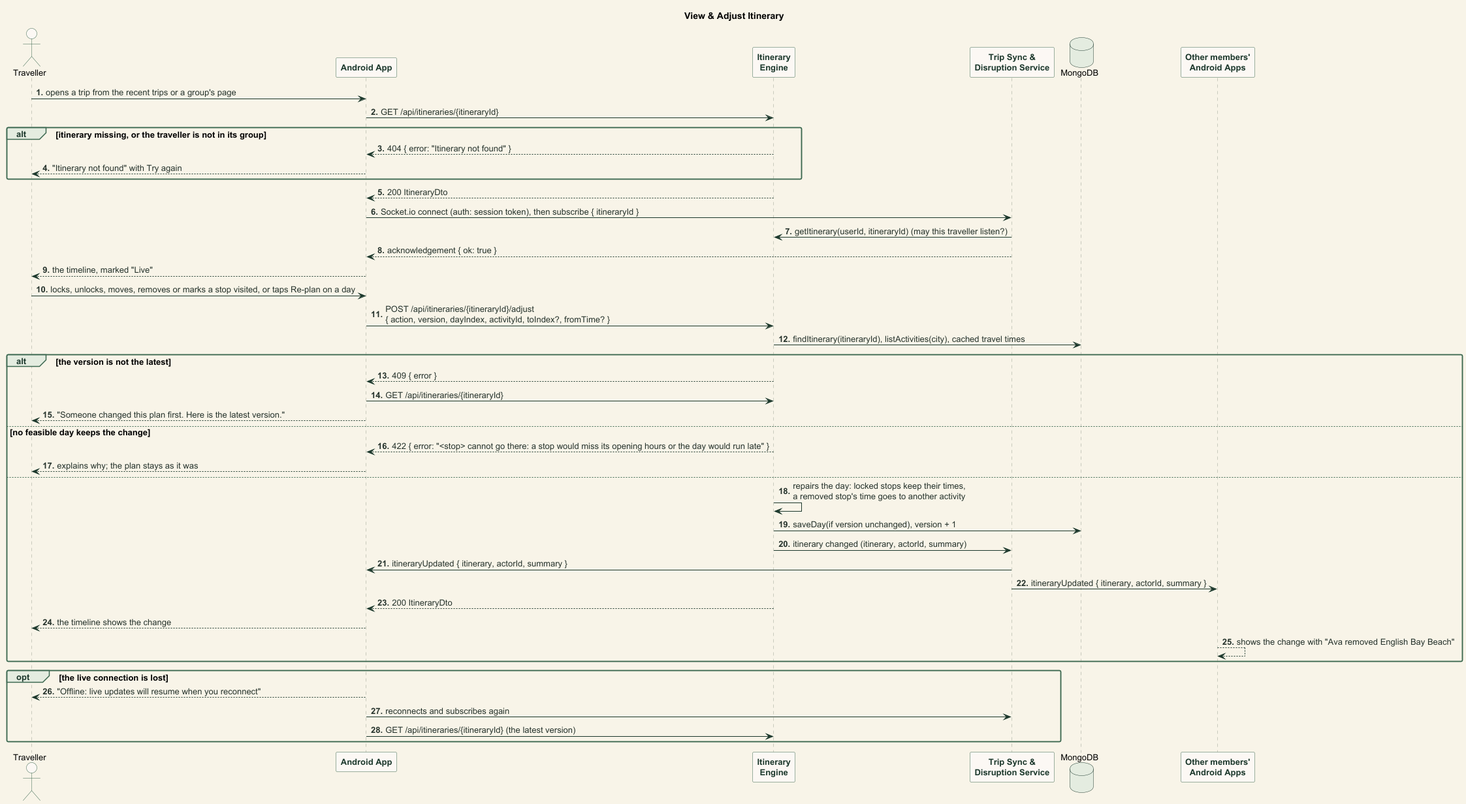
Above: documentation/images/seq_view_adjust_trip.png in abhiverma13/TimeTravel (PlantUML), before the change.
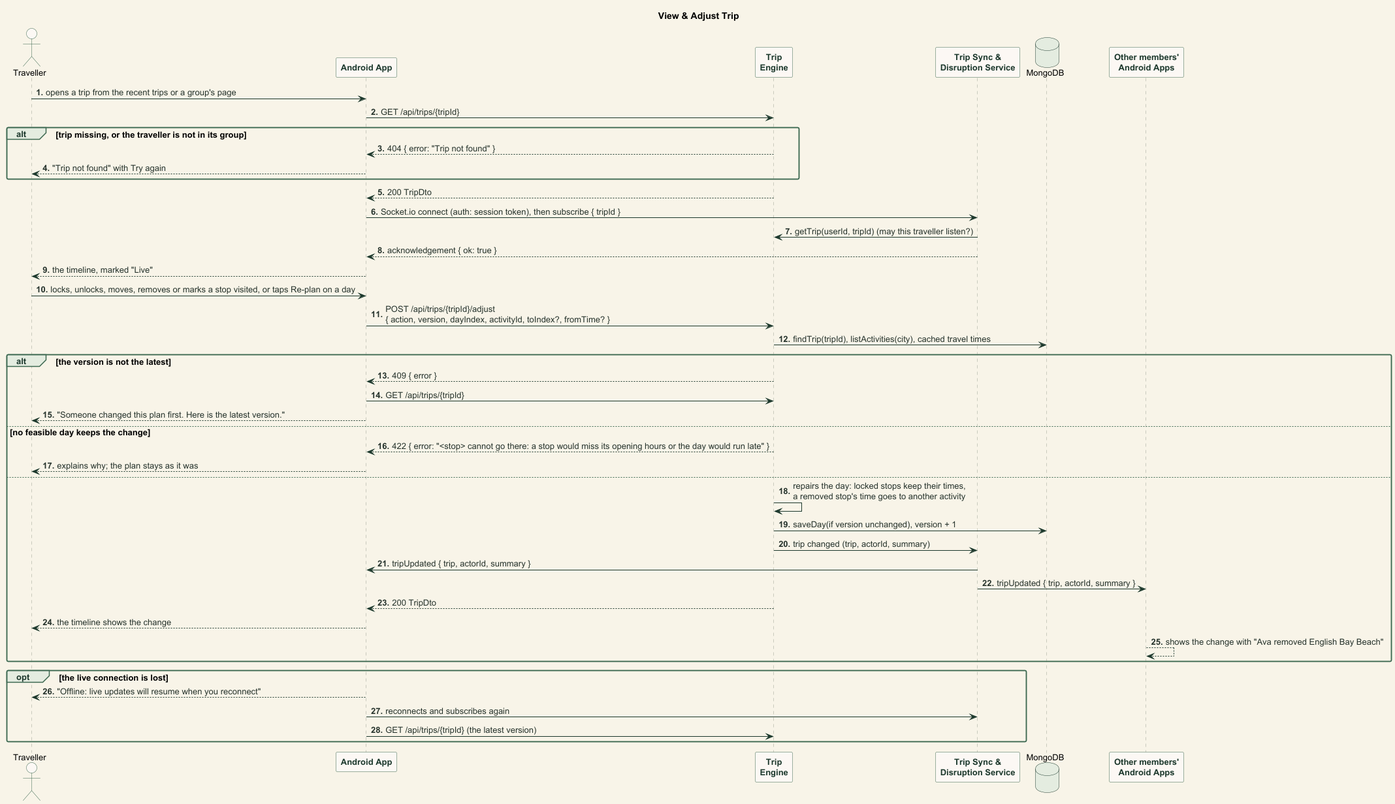
After the change.

What changed in the source:
```diff
@@ -1,31 +1,31 @@
-@startuml seq_view_adjust_itinerary
+@startuml seq_view_adjust_trip
 !include style.iuml
-title View & Adjust Itinerary
+title View & Adjust Trip
 
 actor Traveller
 participant "Android App" as App
-participant "Itinerary\nEngine" as Engine
+participant "Trip\nEngine" as Engine
 participant "Trip Sync &\nDisruption Service" as Sync
 database MongoDB
 participant "Other members'\nAndroid Apps" as Party
 
 Traveller -> App : opens a trip from the recent trips or a group's page
-App -> Engine : GET /api/itineraries/{itineraryId}
-alt itinerary missing, or the traveller is not in its group
-  Engine --> App : 404 { error: "Itinerary not found" }
-  App --> Traveller : "Itinerary not found" with Try again
+App -> Engine : GET /api/trips/{tripId}
+alt trip missing, or the traveller is not in its group
+  Engine --> App : 404 { error: "Trip not found" }
+  App --> Traveller : "Trip not found" with Try again
 end
-Engine --> App : 200 ItineraryDto
-App -> Sync : Socket.io connect (auth: session token), then subscribe { itineraryId }
-Sync -> Engine : getItinerary(userId, itineraryId) (may this traveller listen?)
+Engine --> App : 200 TripDto
+App -> Sync : Socket.io connect (auth: session token), then subscribe { tripId }
+Sync -> Engine : getTrip(userId, tripId) (may this traveller listen?)
 Sync --> App : acknowledgement { ok: true }
 App --> Traveller : the timeline, marked "Live"
 Traveller -> App : locks, unlocks, moves, removes or marks a stop visited, or taps Re-plan on a day
-App -> Engine : POST /api/itineraries/{itineraryId}/adjust\n{ action, version, dayIndex, activityId, toIndex?, fromTime? }
-Engine -> MongoDB : findItinerary(itineraryId), listActivities(city), cached travel times
+App -> Engine : POST /api/trips/{tripId}/adjust\n{ action, version, dayIndex, activityId, toIndex?, fromTime? }
+Engine -> MongoDB : findTrip(tripId), listActivities(city), cached travel times
 alt the version is not the latest
   Engine --> App : 409 { error }
-  App -> Engine : GET /api/itineraries/{itineraryId}
+  App -> Engine : GET /api/trips/{tripId}
   App --> Traveller : "Someone changed this plan first. Here is the latest version."
 else no feasible day keeps the change
   Engine --> App : 422 { error: "<stop> cannot go there: a stop would miss its opening hours or the day would run late" }
@@ -33,16 +33,16 @@
 else
   Engine -> Engine : repairs the day: locked stops keep their times,\na removed stop's time goes to another activity
   Engine -> MongoDB : saveDay(if version unchanged), version + 1
-  Engine -> Sync : itinerary changed (itinerary, actorId, summary)
-  Sync -> App : itineraryUpdated { itinerary, actorId, summary }
-  Sync -> Party : itineraryUpdated { itinerary, actorId, summary }
-  Engine --> App : 200 ItineraryDto
+  Engine -> Sync : trip changed (trip, actorId, summary)
+  Sync -> App : tripUpdated { trip, actorId, summary }
+  Sync -> Party : tripUpdated { trip, actorId, summary }
+  Engine --> App : 200 TripDto
   App --> Traveller : the timeline shows the change
   Party --> Party : shows the change with "Ava removed English Bay Beach"
 end
 opt the live connection is lost
   App --> Traveller : "Offline: live updates will resume when you reconnect"
   App -> Sync : reconnects and subscribes again
-  App -> Engine : GET /api/itineraries/{itineraryId} (the latest version)
+  App -> Engine : GET /api/trips/{tripId} (the latest version)
 end
 @enduml
```
